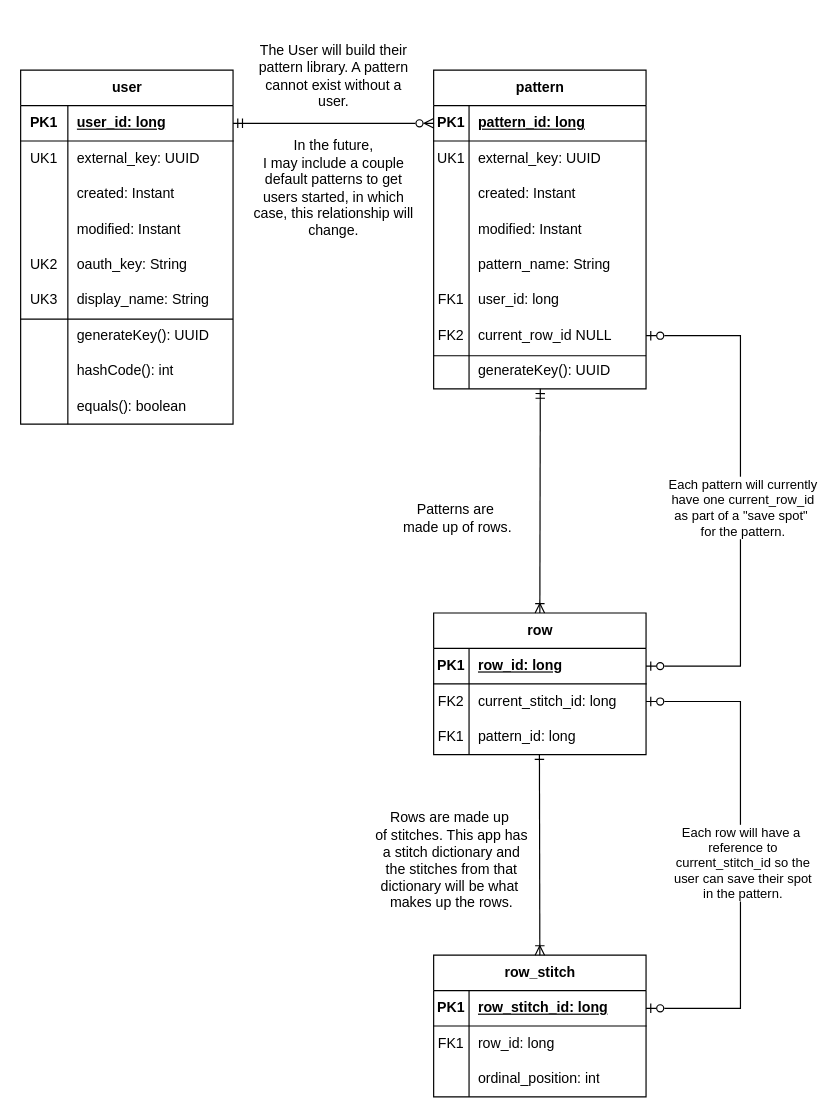
Earlier version of the draw.io diagram work/erd.drawio (ddc-java-17/sereknitty-thedaniellescott). Source tidied: cells renumbered, new cells numbered last; positions are measured from the earlier drawing's top-left corner, leaving out a move shared by most shapes. Both pictures are drawn from the tidied source at 118%, with x=0, y=0 at pixel (20, 34).
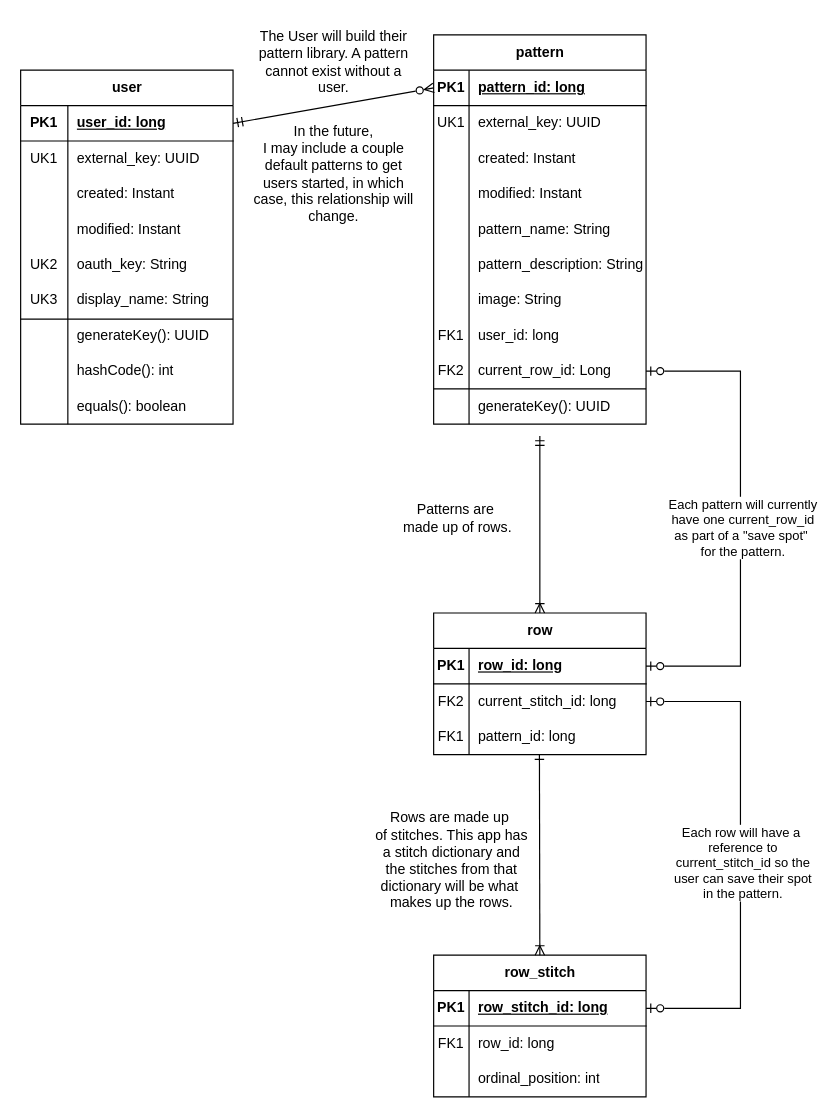
The same page after the edit.

Commit message (it also covers changes not shown here):
Regenerated Javadocs, and updated ERD

Unchanged cells that the change refers to:
```xml
<mxCell id="59" value="row" style="shape=table;startSize=30;childLayout=tableLayout;rowLines=0;fontStyle=1;align=center;html=1;" parent="1" vertex="1">
  <mxGeometry x="350" y="490" width="180" height="120" as="geometry" />
</mxCell>
<mxCell id="60" style="shape=tableRow;horizontal=0;startSize=0;swimlaneHead=0;swimlaneBody=0;fillColor=none;points=[[0,0.5],[1,0.5]];portConstraint=eastwest;top=0;left=0;right=0;bottom=1;" parent="59" vertex="1">
  <mxGeometry y="30" width="180" height="30" as="geometry" />
</mxCell>
```

What changed in the source:
```diff
@@
     <mxCell id="31" value="pattern" style="shape=table;startSize=30;childLayout=tableLayout;rowLines=0;fontStyle=1;align=center;html=1;" parent="1" vertex="1">
-      <mxGeometry x="350" y="30" width="180" height="270" as="geometry" />
+      <mxGeometry x="350" width="180" height="330" as="geometry" />
     </mxCell>
@@
+    <mxCell id="88" style="shape=tableRow;horizontal=0;startSize=0;swimlaneHead=0;swimlaneBody=0;fillColor=none;top=0;left=0;right=0;bottom=0;" parent="31" vertex="1">
+      <mxGeometry y="180" width="180" height="30" as="geometry" />
+    </mxCell>
+    <mxCell id="89" style="shape=partialRectangle;fillColor=none;top=0;left=0;bottom=0;right=0;overflow=hidden;whiteSpace=wrap;html=1;" parent="88" vertex="1">
+      <mxGeometry width="30" height="30" as="geometry" />
+    </mxCell>
+    <mxCell id="90" value="pattern_description: String" style="shape=partialRectangle;fillColor=none;top=0;left=0;bottom=0;right=0;align=left;spacingLeft=6;overflow=hidden;whiteSpace=wrap;html=1;" parent="88" vertex="1">
+      <mxGeometry x="30" width="150" height="30" as="geometry" />
+    </mxCell>
+    <mxCell id="91" style="shape=tableRow;horizontal=0;startSize=0;swimlaneHead=0;swimlaneBody=0;fillColor=none;top=0;left=0;right=0;bottom=0;" parent="31" vertex="1">
+      <mxGeometry y="210" width="180" height="30" as="geometry" />
+    </mxCell>
+    <mxCell id="92" style="shape=partialRectangle;fillColor=none;top=0;left=0;bottom=0;right=0;overflow=hidden;whiteSpace=wrap;html=1;" parent="91" vertex="1">
+      <mxGeometry width="30" height="30" as="geometry" />
+    </mxCell>
+    <mxCell id="93" value="image: String" style="shape=partialRectangle;fillColor=none;top=0;left=0;bottom=0;right=0;align=left;spacingLeft=6;overflow=hidden;whiteSpace=wrap;html=1;" parent="91" vertex="1">
+      <mxGeometry x="30" width="150" height="30" as="geometry" />
+    </mxCell>
     <mxCell id="47" style="shape=tableRow;horizontal=0;startSize=0;swimlaneHead=0;swimlaneBody=0;fillColor=none;top=0;left=0;right=0;bottom=0;" parent="31" vertex="1">
-      <mxGeometry y="180" width="180" height="30" as="geometry" />
+      <mxGeometry y="240" width="180" height="30" as="geometry" />
     </mxCell>
@@
     <mxCell id="50" style="shape=tableRow;horizontal=0;startSize=0;swimlaneHead=0;swimlaneBody=0;fillColor=none;points=[[0,0.5],[1,0.5]];portConstraint=eastwest;top=0;left=0;right=0;bottom=0;" parent="31" vertex="1">
-      <mxGeometry y="210" width="180" height="30" as="geometry" />
+      <mxGeometry y="270" width="180" height="30" as="geometry" />
     </mxCell>
@@
-    <mxCell id="52" value="current_row_id NULL" style="shape=partialRectangle;fillColor=none;top=0;left=0;bottom=0;right=0;align=left;spacingLeft=6;overflow=hidden;whiteSpace=wrap;html=1;" parent="50" vertex="1">
+    <mxCell id="52" value="current_row_id: Long" style="shape=partialRectangle;fillColor=none;top=0;left=0;bottom=0;right=0;align=left;spacingLeft=6;overflow=hidden;whiteSpace=wrap;html=1;" parent="50" vertex="1">
       <mxGeometry x="30" width="150" height="30" as="geometry" />
     </mxCell>
     <mxCell id="53" style="shape=tableRow;horizontal=0;startSize=0;swimlaneHead=0;swimlaneBody=0;fillColor=none;points=[[0,0.5],[1,0.5]];portConstraint=eastwest;top=0;left=0;right=0;bottom=0;" parent="31" vertex="1">
-      <mxGeometry y="240" width="180" height="30" as="geometry" />
+      <mxGeometry y="300" width="180" height="30" as="geometry" />
     </mxCell>
@@
     <mxCell id="57" value="The User will build their&lt;div&gt;pattern library. A pattern&lt;/div&gt;&lt;div&gt;&amp;nbsp;cannot&amp;nbsp;&lt;span style=&quot;background-color: initial;&quot;&gt;exist without a&amp;nbsp;&lt;/span&gt;&lt;/div&gt;&lt;div&gt;&lt;span style=&quot;background-color: initial;&quot;&gt;user.&lt;/span&gt;&lt;/div&gt;" style="text;html=1;align=center;verticalAlign=middle;strokeColor=none;fillColor=none;" parent="1" vertex="1">
-      <mxGeometry x="190" width="150" height="70" as="geometry" />
+      <mxGeometry x="190" y="-12" width="150" height="70" as="geometry" />
     </mxCell>
     <mxCell id="58" value="&lt;div&gt;In the future,&lt;/div&gt;&lt;div&gt;I may include a couple&lt;/div&gt;&lt;div&gt;default patterns to get&lt;/div&gt;&lt;div&gt;users started, in which&lt;/div&gt;&lt;div&gt;case, this relationship will&lt;/div&gt;&lt;div&gt;change.&lt;/div&gt;" style="text;html=1;align=center;verticalAlign=middle;strokeColor=none;fillColor=none;" parent="1" vertex="1">
-      <mxGeometry x="185" y="80" width="160" height="100" as="geometry" />
+      <mxGeometry x="185" y="68" width="160" height="100" as="geometry" />
     </mxCell>
@@
-    <mxCell id="69" style="fontSize=12;html=1;endArrow=ERoneToMany;startArrow=ERmandOne;rounded=0;entryX=0.5;entryY=0;entryDx=0;entryDy=0;exitX=0.502;exitY=1;exitDx=0;exitDy=0;exitPerimeter=0;" parent="1" edge="1" source="53" target="59">
-      <mxGeometry relative="1" as="geometry" />
+    <mxCell id="69" style="fontSize=12;html=1;endArrow=ERoneToMany;startArrow=ERmandOne;rounded=0;entryX=0.5;entryY=0;entryDx=0;entryDy=0;" parent="1" edge="1" target="59">
+      <mxGeometry relative="1" as="geometry">
+        <mxPoint x="440" y="340" as="sourcePoint" />
+        <Array as="points">
+          <mxPoint x="440" y="390" />
+        </Array>
+      </mxGeometry>
     </mxCell>
     <mxCell id="70" style="fontSize=12;html=1;endArrow=ERzeroToOne;endFill=0;rounded=0;startArrow=ERzeroToOne;startFill=0;entryX=1;entryY=0.5;entryDx=0;entryDy=0;exitX=1;exitY=0.5;exitDx=0;exitDy=0;" parent="1" edge="1" source="60" target="50">
       <mxGeometry relative="1" as="geometry">
         <Array as="points">
           <mxPoint x="610" y="535" />
-          <mxPoint x="610" y="255" />
+          <mxPoint x="610" y="285" />
         </Array>
       </mxGeometry>
     </mxCell>
@@
     <mxCell id="87" style="line;strokeWidth=1;dashed=0;labelPosition=right;align=left;verticalAlign=middle;spacingTop=0;spacingLeft=6;" parent="1" vertex="1">
-      <mxGeometry x="350" y="267" width="180" height="10" as="geometry" />
+      <mxGeometry x="350" y="295" width="180" height="10" as="geometry" />
     </mxCell>
```
